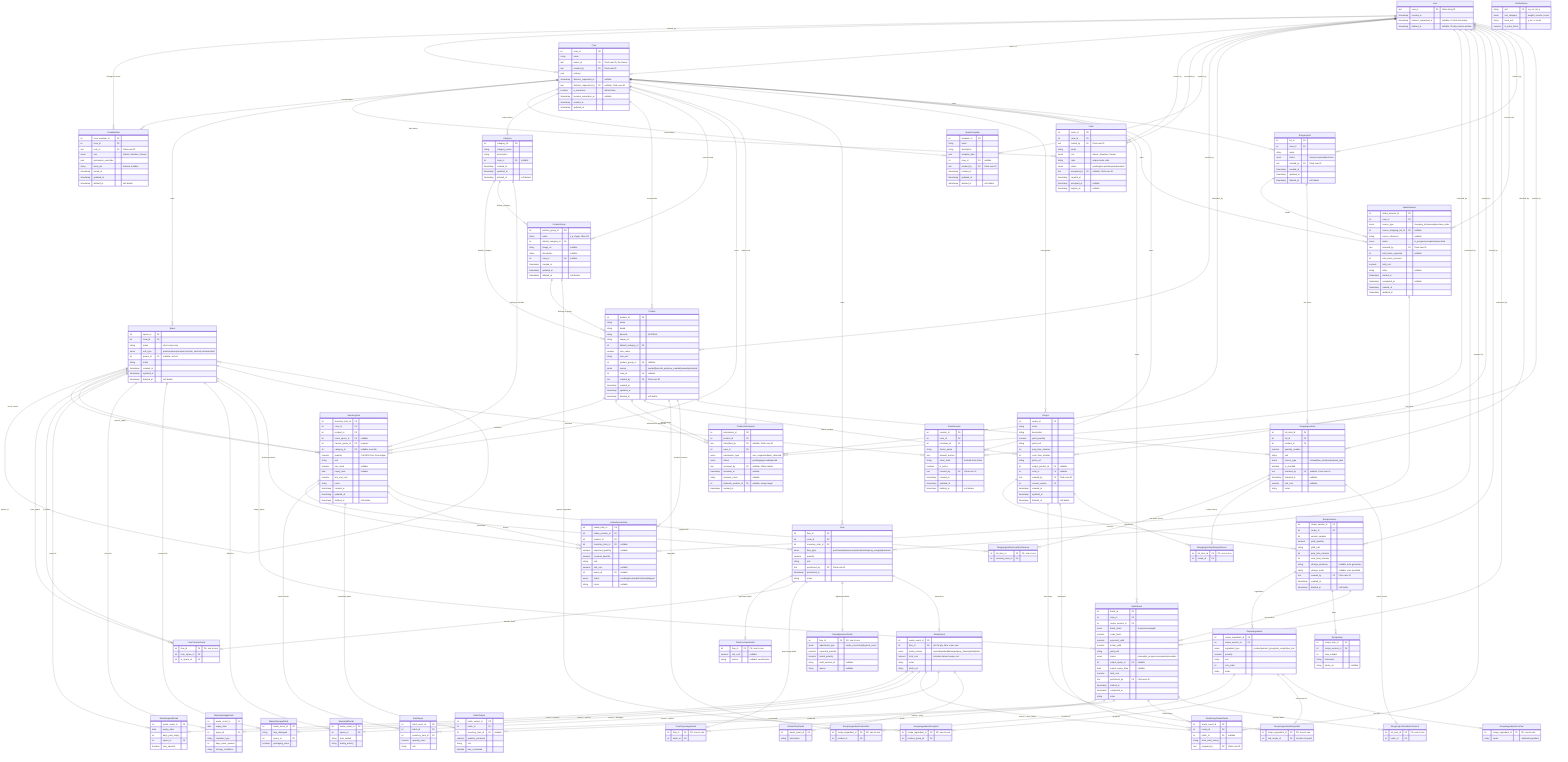
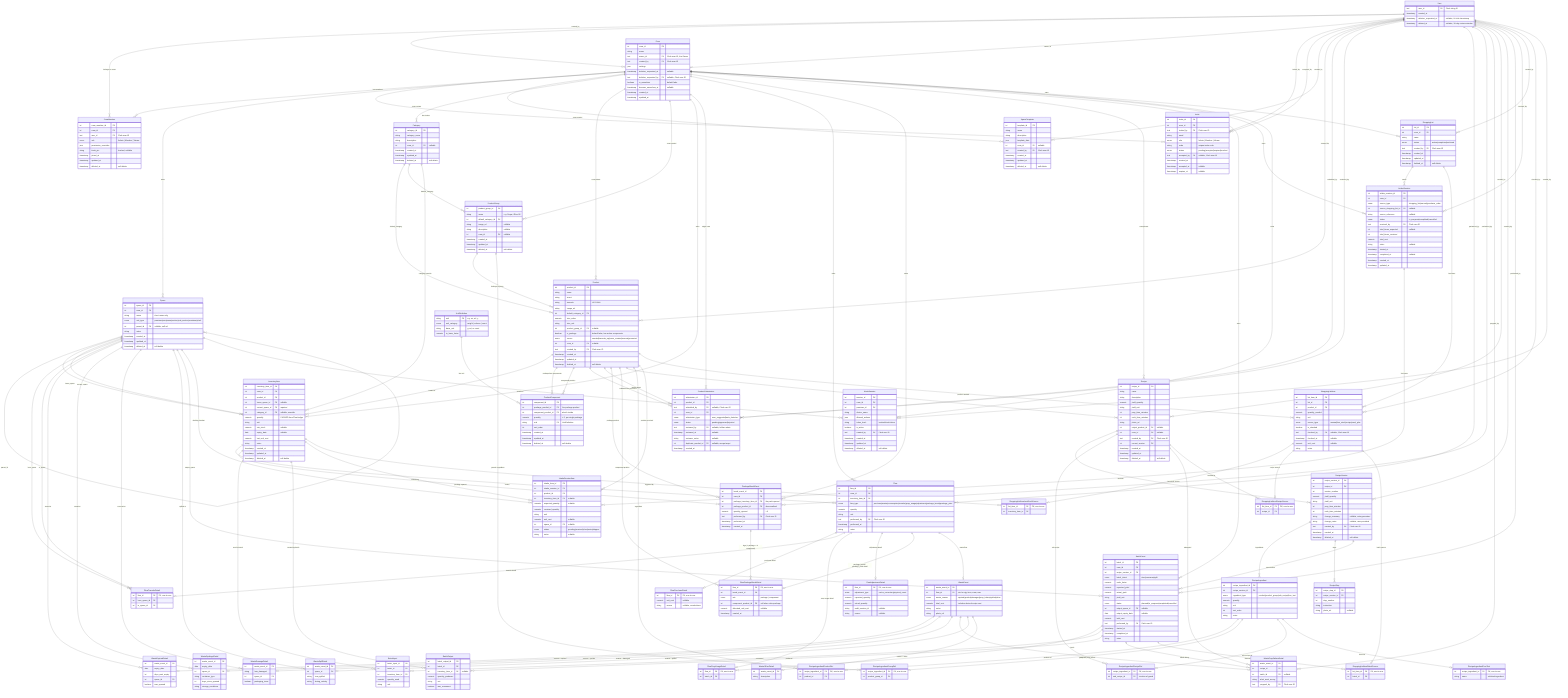
erDiagram
    %% ═══════════════════════════════════════════
    %% INMAN — Entity Relationship Diagram
-     %% Updated: March 31, 2026 (post-review v3 + onboarding journey)
-     %% Changes: Added Invite entity, token_hash on KioskSession
+     %% Updated: June 15, 2026 (Feature 12 — Inventory Item Composition)
+     %% Changes: Added ProductComponent, PackageBreakEvent, FlowPackageBreakDetail;
+     %%          is_package on Product; package_break/package_yield flow types
+     %% Prior: March 31, 2026 — Invite entity, token_hash on KioskSession
    %% ═══════════════════════════════════════════

    %% ─── TENANCY & AUTH ───────────────────────

    Crew {
        int crew_id PK
        string name
        text owner_id FK "Clerk user ID, the Owner"
        text created_by FK "Clerk user ID"
        json settings
        timestamp deletion_requested_at "nullable"
        text deletion_requested_by FK "nullable, Clerk user ID"
        boolean is_ownerless "default false"
        timestamp became_ownerless_at "nullable"
        timestamp created_at
        timestamp updated_at
    }

    User {
        text user_id PK "Clerk string ID"
        timestamp created_at
        timestamp deletion_requested_at "nullable, UI click timestamp"
        timestamp deleted_at "nullable, 30-day restore window"
    }

    CrewMember {
        int crew_member_id PK
        int crew_id FK
        text user_id FK "Clerk user ID"
        enum role "Admin | Member | Viewer"
        json permission_overrides
        string kiosk_pin "hashed, nullable"
        timestamp joined_at
        timestamp updated_at
        timestamp deleted_at "soft delete"
    }

    Invite {
        int invite_id PK
        int crew_id FK
        text invited_by FK "Clerk user ID"
        string email
        enum role "Admin | Member | Viewer"
        string code "unique invite code"
        enum status "pending|accepted|expired|revoked"
        text accepted_by FK "nullable, Clerk user ID"
        timestamp created_at
        timestamp accepted_at "nullable"
        timestamp expires_at "nullable"
    }

    User ||--o{ CrewMember : "belongs to crews"
    Crew ||--o{ CrewMember : "has members"
    User ||--o{ Crew : "created_by"
    User ||--o| Crew : "owner_id"
    Crew ||--o{ Invite : "has invites"
    User ||--o{ Invite : "invited_by"
    User ||--o{ Invite : "accepted_by"

    %% ─── SPACES ───────────────────────────────

    Space {
        int space_id PK
        int crew_id FK
        string name "short name only"
        enum unit_type "premises|area|zone|section|sub_section|container|shelf"
        int parent_id FK "nullable, self-ref"
        string notes
        timestamp created_at
        timestamp updated_at
        timestamp deleted_at "soft delete"
    }

    SpaceTemplate {
        int template_id PK
        string name
        string description
        json template_data
        int crew_id FK "nullable"
        text created_by FK "Clerk user ID"
        timestamp created_at
        timestamp updated_at
        timestamp deleted_at "soft delete"
    }

    Crew ||--o{ Space : "owns"
    Space ||--o{ Space : "parent_id"
    Crew ||--o{ SpaceTemplate : "crew-created"
    User ||--o{ SpaceTemplate : "created_by"

    %% ─── CATALOG ──────────────────────────────

    Product {
        int product_id PK
        string name
        string brand
        string barcode "UPC/EAN"
        string image_url
        int default_category_id FK
        numeric size_value
        string size_unit
        int product_group_id FK "nullable"
+         boolean is_package "default false; has active components"
        enum source "seeded|barcode_api|crew_created|manual|promoted"
        int crew_id FK "nullable"
        text created_by FK "Clerk user ID"
        timestamp created_at
        timestamp updated_at
        timestamp deleted_at "soft delete"
    }

    ProductGroup {
        int product_group_id PK
        string name "e.g. Sugar, Olive Oil"
        int default_category_id FK
        string image_url "nullable"
        string description "nullable"
        int crew_id FK "nullable"
        timestamp created_at
        timestamp updated_at
        timestamp deleted_at "soft delete"
    }

    Category {
        int category_id PK
        string category_name
        string description
        int crew_id FK "nullable"
        timestamp created_at
        timestamp updated_at
        timestamp deleted_at "soft delete"
    }

    InventoryItem {
        int inventory_item_id PK
        int crew_id FK
        int product_id FK
        int home_space_id FK "nullable"
        int current_space_id FK "required"
        int category_id FK "nullable, override"
        numeric quantity "CACHED from Flow ledger"
        string unit
        numeric min_stock "nullable"
        date expiry_date "nullable"
        numeric last_unit_cost
        string notes
        timestamp created_at
        timestamp updated_at
        timestamp deleted_at "soft delete"
    }

    Category ||--o{ Product : "default_category"
    Category ||--o{ ProductGroup : "default_category"
    ProductGroup ||--o{ Product : "belongs to group"
    Crew ||--o{ Category : "crew-custom"
    Crew ||--o{ Product : "crew-private"
    Crew ||--o{ ProductGroup : "crew-created"
    User ||--o{ Product : "created_by"
    Product ||--o{ InventoryItem : "instances"
    Crew ||--o{ InventoryItem : "owns"
    Space ||--o{ InventoryItem : "home_space"
    Space ||--o{ InventoryItem : "current_space"
    Category ||--o{ InventoryItem : "category override"

+     %% ─── PACKAGE COMPOSITION (Feature 12) ─────
+ 
+     ProductComponent {
+         int component_id PK
+         int package_product_id FK "the package product"
+         int component_product_id FK "what's inside"
+         numeric quantity "> 0, per single package"
+         string unit FK "UnitDefinition"
+         int sort_order
+         timestamp created_at
+         timestamp updated_at
+         timestamp deleted_at "soft delete"
+     }
+ 
+     Product ||--o{ ProductComponent : "package has components"
+     Product ||--o{ ProductComponent : "component product"
+     UnitDefinition ||--o{ ProductComponent : "line unit"
+ 
    %% ─── CATALOG CURATION ─────────────────────

    ProductSubmission {
        int submission_id PK
        int product_id FK
        text submitted_by FK "nullable, Clerk user ID"
        int crew_id FK
        enum submission_type "user_suggested|auto_detected"
        enum status "pending|approved|rejected"
        text reviewed_by FK "nullable, InMan admin"
        timestamp reviewed_at "nullable"
        string reviewer_notes "nullable"
        int duplicate_product_id FK "nullable, merge target"
        timestamp created_at
    }

    Product ||--o{ ProductSubmission : "submitted for promotion"
    Product ||--o{ ProductSubmission : "merge target"
    Crew ||--o{ ProductSubmission : "origin crew"
    User ||--o{ ProductSubmission : "submitted_by"
    User ||--o{ ProductSubmission : "reviewed_by"

    %% ─── REFERENCE DATA ───────────────────────

    UnitDefinition {
        string unit PK "e.g. oz, ml, g"
        enum unit_category "weight | volume | count"
        string base_unit "g, ml, or count"
        numeric to_base_factor
    }

    %% ─── FLOWS ────────────────────────────────

    Flow {
        int flow_id PK
        int crew_id FK
        int inventory_item_id FK
-         enum flow_type "purchase|waste|consumption|transfer|prep_usage|adjustment"
+         enum flow_type "purchase|waste|consumption|transfer|prep_usage|adjustment|package_break|package_yield"
        numeric quantity
        string unit
        text performed_by FK "Clerk user ID"
        timestamp performed_at
        string notes
    }

    FlowPurchaseDetail {
        int flow_id FK "PK, one-to-one"
        numeric unit_cost "nullable"
        string source "nullable, vendor/store"
    }

    FlowTransferDetail {
        int flow_id FK "PK, one-to-one"
        int from_space_id FK
        int to_space_id FK
    }

    FlowPrepUsageDetail {
        int flow_id FK "PK, one-to-one"
        int batch_id FK
    }

    Crew ||--o{ Flow : "owns"
    InventoryItem ||--o{ Flow : "history"
    User ||--o{ Flow : "performed_by"
    Flow ||--o| FlowPurchaseDetail : "purchase detail"
    Flow ||--o| FlowTransferDetail : "transfer detail"
    Flow ||--o| FlowPrepUsageDetail : "prep usage detail"
    Space ||--o{ FlowTransferDetail : "from_space"
    Space ||--o{ FlowTransferDetail : "to_space"
    BatchEvent ||--o{ FlowPrepUsageDetail : "batch"

    FlowAdjustmentDetail {
        int flow_id FK "PK, one-to-one"
        enum adjustment_type "cache_correction|physical_count"
        numeric expected_quantity
        numeric actual_quantity
        string audit_session_id "nullable"
        string reason "nullable"
    }

    Flow ||--o| FlowAdjustmentDetail : "adjustment detail"
+ 
+     FlowPackageBreakDetail {
+         int flow_id FK "PK, one-to-one"
+         int break_event_id FK
+         enum role "package | component"
+         int component_product_id FK "null when role=package"
+         numeric allocated_unit_cost "nullable"
+         timestamp created_at
+     }
+ 
+     PackageBreakEvent {
+         int break_event_id PK
+         int crew_id FK
+         int package_inventory_item_id FK "the pack opened"
+         int package_product_id FK "denormalized"
+         numeric quantity_opened "> 0"
+         text performed_by FK "Clerk user ID"
+         timestamp performed_at
+         timestamp created_at
+     }
+ 
+     Flow ||--o| FlowPackageBreakDetail : "package_break / package_yield detail"
+     PackageBreakEvent ||--o{ FlowPackageBreakDetail : "legs (1 package + N component)"
+     Crew ||--o{ PackageBreakEvent : "owns"
+     InventoryItem ||--o{ PackageBreakEvent : "package opened"
+     Product ||--o{ PackageBreakEvent : "package product"
+     Product ||--o{ FlowPackageBreakDetail : "component product"
+     User ||--o{ PackageBreakEvent : "performed_by"

    %% ─── WASTE ────────────────────────────────

    WasteEvent {
        int waste_event_id PK
        int flow_id FK "join for qty, item, crew, user"
        enum waste_reason "expired|spoiled|damaged|prep_failure|spilled|other"
        numeric total_cost "includes derived recipe cost"
        string notes
        string photo_url
    }

    WasteExpiredDetail {
        int waste_event_id FK
        date expiry_date
        int days_past_expiry
        int space_id FK
        boolean was_opened
    }

    WasteSpoilageDetail {
        int waste_event_id FK
        date expiry_date
        int space_id FK
        string container_type
        int days_since_opened
        string storage_conditions
    }

    WasteDamageDetail {
        int waste_event_id FK
        string how_damaged
        int space_id FK
        boolean packaging_issue
    }

    WastePrepFailureDetail {
        int waste_event_id FK
        int recipe_id FK
        int batch_id FK "nullable"
        string what_went_wrong
        text prepped_by FK "Clerk user ID"
    }

    WasteSpillDetail {
        int waste_event_id FK
        int space_id FK
        string how_spilled
        string during_activity
    }

    WasteOtherDetail {
        int waste_event_id FK
        string description
    }

    Flow ||--o| WasteEvent : "waste flow"
    WasteEvent ||--o| WasteExpiredDetail : "reason = expired"
    WasteEvent ||--o| WasteSpoilageDetail : "reason = spoiled"
    WasteEvent ||--o| WasteDamageDetail : "reason = damaged"
    WasteEvent ||--o| WastePrepFailureDetail : "reason = prep_failure"
    WasteEvent ||--o| WasteSpillDetail : "reason = spilled"
    WasteEvent ||--o| WasteOtherDetail : "reason = other"
    Space ||--o{ WasteExpiredDetail : "stored at"
    Space ||--o{ WasteSpoilageDetail : "stored at"
    Space ||--o{ WasteDamageDetail : "occurred at"
    Space ||--o{ WasteSpillDetail : "spilled at"
    User ||--o{ WastePrepFailureDetail : "prepped_by"

    %% ─── RECIPES ──────────────────────────────

    Recipe {
        int recipe_id PK
        string name
        string description
        numeric yield_quantity
        string yield_unit
        int prep_time_minutes
        int cook_time_minutes
        string photo_url
        int output_product_id FK "nullable"
        int crew_id FK "nullable"
        text created_by FK "Clerk user ID"
        int current_version FK
        timestamp created_at
        timestamp updated_at
        timestamp deleted_at "soft delete"
    }

    RecipeVersion {
        int recipe_version_id PK
        int recipe_id FK
        int version_number
        numeric yield_quantity
        string yield_unit
        int prep_time_minutes
        int cook_time_minutes
        string change_summary "nullable, auto-generated"
        string change_notes "nullable, user-provided"
        text created_by FK "Clerk user ID"
        timestamp created_at
        timestamp deleted_at "soft delete"
    }

    RecipeIngredient {
        int recipe_ingredient_id PK
        int recipe_version_id FK
        enum ingredient_type "product|product_group|sub_recipe|free_text"
        numeric quantity
        string unit
        int sort_order
        string notes
    }

    RecipeIngredientProductRef {
        int recipe_ingredient_id FK "PK, one-to-one"
        int product_id FK
    }

    RecipeIngredientGroupRef {
        int recipe_ingredient_id FK "PK, one-to-one"
        int product_group_id FK
    }

    RecipeIngredientRecipeRef {
        int recipe_ingredient_id FK "PK, one-to-one"
        int sub_recipe_id FK "circular ref guard"
    }

    RecipeIngredientFreeText {
        int recipe_ingredient_id FK "PK, one-to-one"
        string name "unlinked ingredient"
    }

    RecipeStep {
        int recipe_step_id PK
        int recipe_version_id FK
        int step_number
        string instruction
        string photo_url "nullable"
    }

    Crew ||--o{ Recipe : "crew-private"
    User ||--o{ Recipe : "created_by"
    Product ||--o{ Recipe : "output_product"
    Recipe ||--o{ RecipeVersion : "versions"
    RecipeVersion ||--o{ RecipeIngredient : "ingredients"
    RecipeVersion ||--o{ RecipeStep : "steps"
    RecipeIngredient ||--o| RecipeIngredientProductRef : "product ref"
    RecipeIngredient ||--o| RecipeIngredientGroupRef : "group ref"
    RecipeIngredient ||--o| RecipeIngredientRecipeRef : "sub-recipe ref"
    RecipeIngredient ||--o| RecipeIngredientFreeText : "free text"
    Product ||--o{ RecipeIngredientProductRef : "ingredient"
    ProductGroup ||--o{ RecipeIngredientGroupRef : "generic ingredient"
    Recipe ||--o{ RecipeIngredientRecipeRef : "sub-recipe"
    User ||--o{ RecipeVersion : "created_by"
    Recipe ||--o{ WastePrepFailureDetail : "attempted"

    %% ─── BATCHING ─────────────────────────────

    BatchEvent {
        int batch_id PK
        int crew_id FK
        int recipe_version_id FK
        enum batch_intent "store|consume|split"
        numeric scale_factor
        numeric expected_yield
        numeric actual_yield
        string yield_unit
        enum status "planned|in_progress|completed|cancelled"
        int output_space_id FK "nullable"
        date output_expiry_date "nullable"
        numeric total_cost
        text performed_by FK "Clerk user ID"
        timestamp started_at
        timestamp completed_at
        string notes
    }

    BatchInput {
        int batch_input_id PK
        int batch_id FK
        int inventory_item_id FK
        numeric quantity_used
        string unit
    }

    BatchOutput {
        int batch_output_id PK
        int batch_id FK
        int inventory_item_id FK "nullable"
        numeric quantity_produced
        string unit
        boolean was_consumed
    }

    Crew ||--o{ BatchEvent : "owns"
    RecipeVersion ||--o{ BatchEvent : "executed as"
    User ||--o{ BatchEvent : "performed_by"
    Space ||--o{ BatchEvent : "output_space"
    BatchEvent ||--o{ BatchInput : "consumed"
    BatchEvent ||--o{ BatchOutput : "produced"
    InventoryItem ||--o{ BatchInput : "used in batch"
    InventoryItem ||--o{ BatchOutput : "created by batch"
    BatchEvent ||--o{ WastePrepFailureDetail : "failed during"

    %% ─── SHOPPING ─────────────────────────────

    IntakeSession {
        int intake_session_id PK
        int crew_id FK
        enum source_type "shopping_list|manual|purchase_order"
        int source_shopping_list_id FK "nullable"
        string source_reference "nullable"
        enum status "in_progress|completed|cancelled"
        text received_by FK "Clerk user ID"
        int total_items_expected "nullable"
        int total_items_received
        numeric total_cost
        string notes "nullable"
        timestamp started_at
        timestamp completed_at "nullable"
        timestamp created_at
        timestamp updated_at
    }

    IntakeSessionItem {
        int intake_item_id PK
        int intake_session_id FK
        int product_id FK
        int inventory_item_id FK "nullable"
        numeric expected_quantity "nullable"
        numeric received_quantity
        string unit
        numeric unit_cost "nullable"
        int space_id FK "nullable"
        enum status "pending|received|short|extra|skipped"
        string notes "nullable"
    }

    Crew ||--o{ IntakeSession : "owns"
    User ||--o{ IntakeSession : "received_by"
    ShoppingList ||--o{ IntakeSession : "seeds"
    IntakeSession ||--o{ IntakeSessionItem : "line items"
    Product ||--o{ IntakeSessionItem : "product received"
    InventoryItem ||--o{ IntakeSessionItem : "restocking"
    Space ||--o{ IntakeSessionItem : "shelving location"

    ShoppingList {
        int list_id PK
        int crew_id FK
        string name
        enum status "active|completed|archived"
        text created_by FK "Clerk user ID"
        timestamp created_at
        timestamp updated_at
        timestamp deleted_at "soft delete"
    }

    ShoppingListItem {
        int list_item_id PK
        int list_id FK
        int product_id FK
        numeric quantity_needed
        string unit
        enum source_type "manual|low_stock|recipe|meal_plan"
        boolean is_checked
        text checked_by FK "nullable, Clerk user ID"
        timestamp checked_at "nullable"
        numeric unit_cost "nullable"
        string notes
    }

    ShoppingListItemLowStockSource {
        int list_item_id FK "PK, one-to-one"
        int inventory_item_id FK
    }

    ShoppingListItemRecipeSource {
        int list_item_id FK "PK, one-to-one"
        int recipe_id FK
    }

    ShoppingListItemBatchSource {
        int list_item_id FK "PK, one-to-one"
        int batch_id FK
    }

    Crew ||--o{ ShoppingList : "owns"
    User ||--o{ ShoppingList : "created_by"
    ShoppingList ||--o{ ShoppingListItem : "line items"
    Product ||--o{ ShoppingListItem : "product needed"
    User ||--o{ ShoppingListItem : "checked_by"
    ShoppingListItem ||--o| ShoppingListItemLowStockSource : "low stock source"
    ShoppingListItem ||--o| ShoppingListItemRecipeSource : "recipe source"
    ShoppingListItem ||--o| ShoppingListItemBatchSource : "batch source"
    InventoryItem ||--o{ ShoppingListItemLowStockSource : "triggered by"
    Recipe ||--o{ ShoppingListItemRecipeSource : "needed for"
    BatchEvent ||--o{ ShoppingListItemBatchSource : "planned batch"

    %% ─── KIOSK ────────────────────────────────

    KioskSession {
        int session_id PK
        int crew_id FK
        int premises_id FK
        string device_name
        json allowed_actions
        string token_hash "hashed kiosk token"
        boolean is_active
        text created_by FK "Clerk user ID"
        timestamp created_at
        timestamp updated_at
        timestamp deleted_at "soft delete"
    }

    Crew ||--o{ KioskSession : "owns"
    Space ||--o{ KioskSession : "premises"
    User ||--o{ KioskSession : "created_by"
